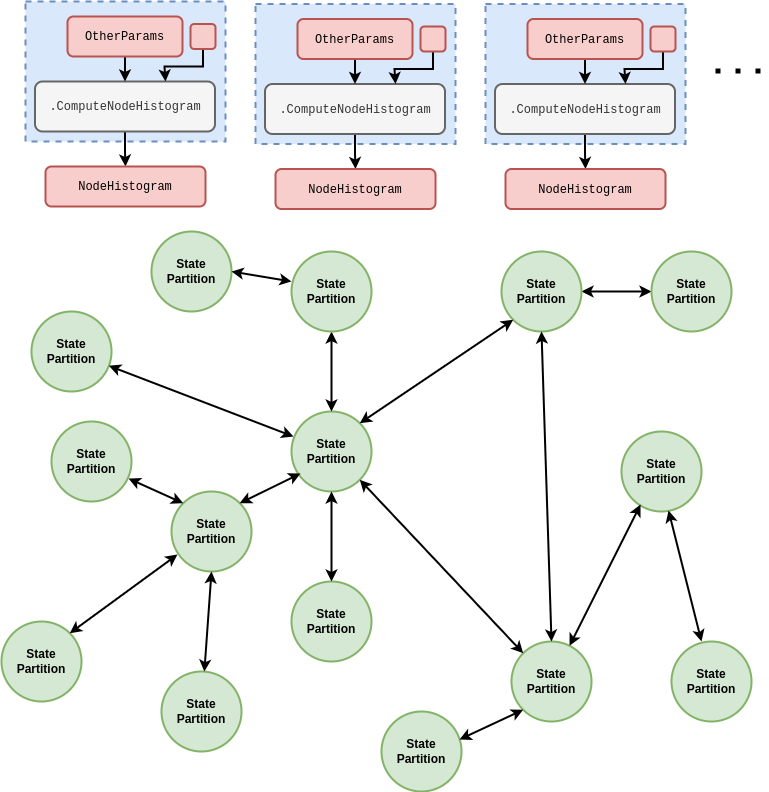
umbralcalc/umbralcalc.github.io keeps this draw.io diagram as assets/dexetera/dexetera-network-state-partition-graph.drawio.png. Above is the earlier version. Source tidied: cells renumbered, new cells last; positions are measured from the earlier drawing's top-left corner, leaving out a move shared by most shapes.
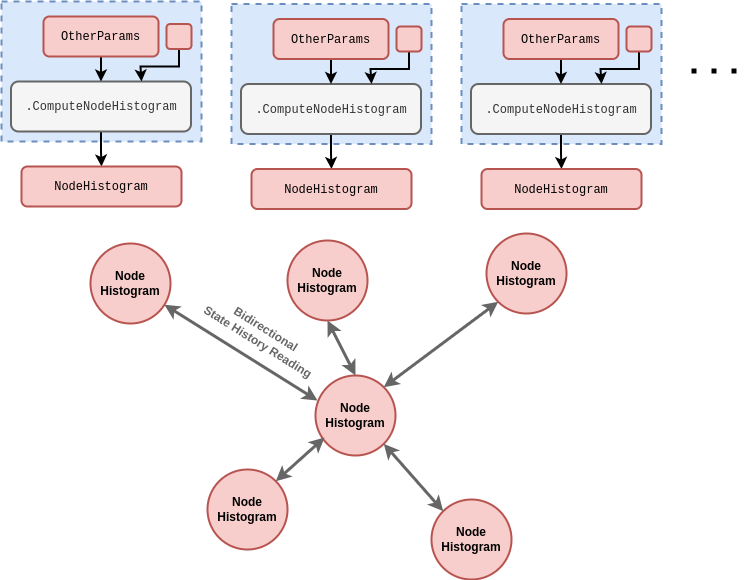
The same file after the commit.

Commit message:
Updated the graph computations

The edit, as a diff of the source:
```diff
@@ -2,106 +2,41 @@
   <root>
     <mxCell id="0" />
     <mxCell id="1" parent="0" />
-    <mxCell id="2" value="&lt;b style=&quot;&quot;&gt;&lt;font face=&quot;Helvetica&quot;&gt;State&lt;br&gt;Partition&lt;/font&gt;&lt;/b&gt;" style="ellipse;whiteSpace=wrap;html=1;fillColor=#d5e8d4;strokeColor=#82b366;strokeWidth=2;" parent="1" vertex="1">
-      <mxGeometry x="290" y="410" width="80" height="80" as="geometry" />
+    <mxCell id="2" value="&lt;b&gt;Node&lt;/b&gt;&lt;div&gt;&lt;b&gt;Histogram&lt;/b&gt;&lt;/div&gt;" style="ellipse;whiteSpace=wrap;html=1;fillColor=#f8cecc;strokeColor=#b85450;strokeWidth=2;" parent="1" vertex="1">
+      <mxGeometry x="338" y="374" width="80" height="80" as="geometry" />
     </mxCell>
-    <mxCell id="3" value="&lt;b style=&quot;&quot;&gt;&lt;font face=&quot;Helvetica&quot;&gt;State&lt;br&gt;Partition&lt;/font&gt;&lt;/b&gt;" style="ellipse;whiteSpace=wrap;html=1;fillColor=#d5e8d4;strokeColor=#82b366;strokeWidth=2;" parent="1" vertex="1">
-      <mxGeometry x="510" y="640" width="80" height="80" as="geometry" />
-    </mxCell>
-    <mxCell id="4" value="&lt;b style=&quot;&quot;&gt;&lt;font face=&quot;Helvetica&quot;&gt;State&lt;br&gt;Partition&lt;/font&gt;&lt;/b&gt;" style="ellipse;whiteSpace=wrap;html=1;fillColor=#d5e8d4;strokeColor=#82b366;strokeWidth=2;" parent="1" vertex="1">
-      <mxGeometry x="170" y="490" width="80" height="80" as="geometry" />
+    <mxCell id="4" value="&lt;b&gt;Node&lt;/b&gt;&lt;div&gt;&lt;b&gt;Histogram&lt;/b&gt;&lt;/div&gt;" style="ellipse;whiteSpace=wrap;html=1;fillColor=#f8cecc;strokeColor=#b85450;strokeWidth=2;" parent="1" vertex="1">
+      <mxGeometry x="230" y="468" width="80" height="80" as="geometry" />
     </mxCell>
-    <mxCell id="5" style="endArrow=classic;startArrow=classic;html=1;rounded=0;entryX=0;entryY=0;entryDx=0;entryDy=0;strokeWidth=2;exitX=1;exitY=1;exitDx=0;exitDy=0;" parent="1" edge="1" source="2" target="3">
-      <mxGeometry relative="1" as="geometry" />
-    </mxCell>
-    <mxCell id="6" style="endArrow=classic;startArrow=classic;html=1;rounded=0;entryX=0;entryY=0.5;entryDx=0;entryDy=0;strokeWidth=2;exitX=0.5;exitY=1;exitDx=0;exitDy=0;" parent="1" edge="1">
+    <mxCell id="6" style="endArrow=classic;startArrow=classic;html=1;rounded=0;entryX=0;entryY=0.5;entryDx=0;entryDy=0;strokeWidth=3;exitX=0.5;exitY=1;exitDx=0;exitDy=0;fillColor=#f5f5f5;strokeColor=#666666;" parent="1" edge="1" source="12">
       <mxGeometry relative="1" as="geometry">
-        <mxPoint x="330" y="330" as="sourcePoint" />
-        <mxPoint x="330" y="410" as="targetPoint" />
+        <mxPoint x="378" y="374" as="targetPoint" />
       </mxGeometry>
     </mxCell>
-    <mxCell id="7" value="&lt;b style=&quot;&quot;&gt;&lt;font face=&quot;Helvetica&quot;&gt;State&lt;br&gt;Partition&lt;/font&gt;&lt;/b&gt;" style="ellipse;whiteSpace=wrap;html=1;fillColor=#d5e8d4;strokeColor=#82b366;strokeWidth=2;" parent="1" vertex="1">
-      <mxGeometry x="290" y="580" width="80" height="80" as="geometry" />
+    <mxCell id="7" value="&lt;b&gt;Node&lt;/b&gt;&lt;div&gt;&lt;b&gt;Histogram&lt;/b&gt;&lt;/div&gt;" style="ellipse;whiteSpace=wrap;html=1;fillColor=#f8cecc;strokeColor=#b85450;strokeWidth=2;" parent="1" vertex="1">
+      <mxGeometry x="454" y="498" width="80" height="80" as="geometry" />
     </mxCell>
-    <mxCell id="8" style="endArrow=classic;startArrow=classic;html=1;rounded=0;entryX=0;entryY=0.5;entryDx=0;entryDy=0;strokeWidth=2;exitX=0.5;exitY=0;exitDx=0;exitDy=0;" parent="1" edge="1" source="7">
-      <mxGeometry relative="1" as="geometry">
-        <mxPoint x="330" y="490" as="targetPoint" />
-      </mxGeometry>
+    <mxCell id="8" style="endArrow=classic;startArrow=classic;html=1;rounded=0;entryX=1;entryY=1;entryDx=0;entryDy=0;strokeWidth=3;exitX=0;exitY=0;exitDx=0;exitDy=0;fillColor=#f5f5f5;strokeColor=#666666;" parent="1" edge="1" source="7" target="2">
+      <mxGeometry relative="1" as="geometry" />
     </mxCell>
-    <mxCell id="9" style="edgeStyle=orthogonalEdgeStyle;rounded=0;jettySize=auto;html=1;entryX=0;entryY=0.5;entryDx=0;entryDy=0;strokeWidth=2;startArrow=classic;startFill=1;" parent="1" edge="1" source="10" target="31">
-      <mxGeometry relative="1" as="geometry" />
-    </mxCell>
-    <mxCell id="10" value="&lt;b style=&quot;&quot;&gt;&lt;font face=&quot;Helvetica&quot;&gt;State&lt;br&gt;Partition&lt;/font&gt;&lt;/b&gt;" style="ellipse;whiteSpace=wrap;html=1;fillColor=#d5e8d4;strokeColor=#82b366;strokeWidth=2;" parent="1" vertex="1">
-      <mxGeometry x="500" y="250" width="80" height="80" as="geometry" />
+    <mxCell id="10" value="&lt;b&gt;Node&lt;/b&gt;&lt;div&gt;&lt;b&gt;Histogram&lt;/b&gt;&lt;/div&gt;" style="ellipse;whiteSpace=wrap;html=1;fillColor=#f8cecc;strokeColor=#b85450;strokeWidth=2;" parent="1" vertex="1">
+      <mxGeometry x="509" y="232" width="80" height="80" as="geometry" />
     </mxCell>
-    <mxCell id="11" value="&lt;b style=&quot;&quot;&gt;&lt;font face=&quot;Helvetica&quot;&gt;State&lt;br&gt;Partition&lt;/font&gt;&lt;/b&gt;" style="ellipse;whiteSpace=wrap;html=1;fillColor=#d5e8d4;strokeColor=#82b366;strokeWidth=2;" parent="1" vertex="1">
-      <mxGeometry x="30" y="310" width="80" height="80" as="geometry" />
+    <mxCell id="11" value="&lt;b&gt;Node&lt;/b&gt;&lt;div&gt;&lt;b&gt;Histogram&lt;/b&gt;&lt;/div&gt;" style="ellipse;whiteSpace=wrap;html=1;fillColor=#f8cecc;strokeColor=#b85450;strokeWidth=2;" parent="1" vertex="1">
+      <mxGeometry x="113" y="242" width="80" height="80" as="geometry" />
     </mxCell>
-    <mxCell id="12" value="&lt;b style=&quot;&quot;&gt;&lt;font face=&quot;Helvetica&quot;&gt;State&lt;br&gt;Partition&lt;/font&gt;&lt;/b&gt;" style="ellipse;whiteSpace=wrap;html=1;fillColor=#d5e8d4;strokeColor=#82b366;strokeWidth=2;" parent="1" vertex="1">
-      <mxGeometry x="290" y="250" width="80" height="80" as="geometry" />
+    <mxCell id="12" value="&lt;b&gt;Node&lt;/b&gt;&lt;div&gt;&lt;b&gt;Histogram&lt;/b&gt;&lt;/div&gt;" style="ellipse;whiteSpace=wrap;html=1;fillColor=#f8cecc;strokeColor=#b85450;strokeWidth=2;" parent="1" vertex="1">
+      <mxGeometry x="310" y="239" width="80" height="80" as="geometry" />
     </mxCell>
-    <mxCell id="13" style="endArrow=classic;startArrow=classic;html=1;rounded=0;entryX=1;entryY=0;entryDx=0;entryDy=0;strokeWidth=2;exitX=0;exitY=1;exitDx=0;exitDy=0;" parent="1" edge="1" source="10" target="2">
+    <mxCell id="13" style="endArrow=classic;startArrow=classic;html=1;rounded=0;entryX=1;entryY=0;entryDx=0;entryDy=0;strokeWidth=3;exitX=0;exitY=1;exitDx=0;exitDy=0;fillColor=#f5f5f5;strokeColor=#666666;" parent="1" edge="1" source="10" target="2">
       <mxGeometry relative="1" as="geometry" />
     </mxCell>
-    <mxCell id="14" style="endArrow=classic;startArrow=classic;html=1;rounded=0;entryX=0.025;entryY=0.313;entryDx=0;entryDy=0;strokeWidth=2;entryPerimeter=0;" parent="1" edge="1" source="11" target="2">
+    <mxCell id="14" style="endArrow=classic;startArrow=classic;html=1;rounded=0;entryX=0.025;entryY=0.313;entryDx=0;entryDy=0;strokeWidth=3;entryPerimeter=0;fillColor=#f5f5f5;strokeColor=#666666;" parent="1" edge="1" source="11" target="2">
       <mxGeometry relative="1" as="geometry" />
     </mxCell>
-    <mxCell id="15" value="&lt;b style=&quot;&quot;&gt;&lt;font face=&quot;Helvetica&quot;&gt;State&lt;br&gt;Partition&lt;/font&gt;&lt;/b&gt;" style="ellipse;whiteSpace=wrap;html=1;fillColor=#d5e8d4;strokeColor=#82b366;strokeWidth=2;" parent="1" vertex="1">
-      <mxGeometry x="150" y="230" width="80" height="80" as="geometry" />
-    </mxCell>
-    <mxCell id="16" style="endArrow=classic;startArrow=classic;html=1;rounded=0;entryX=1;entryY=0;entryDx=0;entryDy=0;strokeWidth=2;exitX=0.113;exitY=0.775;exitDx=0;exitDy=0;exitPerimeter=0;" parent="1" edge="1" source="2" target="4">
+    <mxCell id="16" style="endArrow=classic;startArrow=classic;html=1;rounded=0;entryX=1;entryY=0;entryDx=0;entryDy=0;strokeWidth=3;exitX=0.113;exitY=0.775;exitDx=0;exitDy=0;exitPerimeter=0;fillColor=#f5f5f5;strokeColor=#666666;" parent="1" edge="1" source="2" target="4">
       <mxGeometry relative="1" as="geometry" />
     </mxCell>
-    <mxCell id="17" value="&lt;b style=&quot;&quot;&gt;&lt;font face=&quot;Helvetica&quot;&gt;State&lt;br&gt;Partition&lt;/font&gt;&lt;/b&gt;" style="ellipse;whiteSpace=wrap;html=1;fillColor=#d5e8d4;strokeColor=#82b366;strokeWidth=2;" parent="1" vertex="1">
-      <mxGeometry x="160" y="670" width="80" height="80" as="geometry" />
-    </mxCell>
-    <mxCell id="18" value="&lt;b style=&quot;&quot;&gt;&lt;font face=&quot;Helvetica&quot;&gt;State&lt;br&gt;Partition&lt;/font&gt;&lt;/b&gt;" style="ellipse;whiteSpace=wrap;html=1;fillColor=#d5e8d4;strokeColor=#82b366;strokeWidth=2;" parent="1" vertex="1">
-      <mxGeometry x="50" y="420" width="80" height="80" as="geometry" />
-    </mxCell>
-    <mxCell id="19" style="endArrow=classic;startArrow=classic;html=1;rounded=0;entryX=0.963;entryY=0.713;entryDx=0;entryDy=0;strokeWidth=2;exitX=0;exitY=0;exitDx=0;exitDy=0;entryPerimeter=0;" parent="1" edge="1" source="4" target="18">
-      <mxGeometry relative="1" as="geometry" />
-    </mxCell>
-    <mxCell id="20" style="endArrow=classic;startArrow=classic;html=1;rounded=0;strokeWidth=2;exitX=0.5;exitY=1;exitDx=0;exitDy=0;" parent="1" edge="1" source="4" target="17">
-      <mxGeometry relative="1" as="geometry" />
-    </mxCell>
-    <mxCell id="21" style="endArrow=classic;startArrow=classic;html=1;rounded=0;entryX=0.963;entryY=0.713;entryDx=0;entryDy=0;strokeWidth=2;entryPerimeter=0;" parent="1" edge="1">
-      <mxGeometry relative="1" as="geometry">
-        <mxPoint x="290" y="280" as="sourcePoint" />
-        <mxPoint x="230" y="270" as="targetPoint" />
-      </mxGeometry>
-    </mxCell>
-    <mxCell id="22" style="endArrow=classic;startArrow=classic;html=1;rounded=0;entryX=0.5;entryY=0;entryDx=0;entryDy=0;strokeWidth=2;exitX=1;exitY=1;exitDx=0;exitDy=0;" parent="1" edge="1" target="3">
-      <mxGeometry relative="1" as="geometry">
-        <mxPoint x="540" y="330" as="sourcePoint" />
-      </mxGeometry>
-    </mxCell>
-    <mxCell id="23" value="&lt;b style=&quot;&quot;&gt;&lt;font face=&quot;Helvetica&quot;&gt;State&lt;br&gt;Partition&lt;/font&gt;&lt;/b&gt;" style="ellipse;whiteSpace=wrap;html=1;fillColor=#d5e8d4;strokeColor=#82b366;strokeWidth=2;" parent="1" vertex="1">
-      <mxGeometry x="620" y="430" width="80" height="80" as="geometry" />
-    </mxCell>
-    <mxCell id="24" style="endArrow=classic;startArrow=classic;html=1;rounded=0;entryX=0.238;entryY=0.913;entryDx=0;entryDy=0;strokeWidth=2;entryPerimeter=0;" parent="1" edge="1" source="3" target="23">
-      <mxGeometry relative="1" as="geometry" />
-    </mxCell>
-    <mxCell id="25" value="&lt;b style=&quot;&quot;&gt;&lt;font face=&quot;Helvetica&quot;&gt;State&lt;br&gt;Partition&lt;/font&gt;&lt;/b&gt;" style="ellipse;whiteSpace=wrap;html=1;fillColor=#d5e8d4;strokeColor=#82b366;strokeWidth=2;" parent="1" vertex="1">
-      <mxGeometry x="380" y="710" width="80" height="80" as="geometry" />
-    </mxCell>
-    <mxCell id="26" style="endArrow=classic;startArrow=classic;html=1;rounded=0;entryX=0;entryY=1;entryDx=0;entryDy=0;strokeWidth=2;exitX=0.975;exitY=0.35;exitDx=0;exitDy=0;exitPerimeter=0;" parent="1" edge="1" source="25" target="3">
-      <mxGeometry relative="1" as="geometry" />
-    </mxCell>
-    <mxCell id="27" value="&lt;b style=&quot;&quot;&gt;&lt;font face=&quot;Helvetica&quot;&gt;State&lt;br&gt;Partition&lt;/font&gt;&lt;/b&gt;" style="ellipse;whiteSpace=wrap;html=1;fillColor=#d5e8d4;strokeColor=#82b366;strokeWidth=2;" parent="1" vertex="1">
-      <mxGeometry y="620" width="80" height="80" as="geometry" />
-    </mxCell>
-    <mxCell id="28" style="endArrow=classic;startArrow=classic;html=1;rounded=0;strokeWidth=2;exitX=0.075;exitY=0.788;exitDx=0;exitDy=0;entryX=1;entryY=0;entryDx=0;entryDy=0;exitPerimeter=0;" parent="1" edge="1" source="4" target="27">
-      <mxGeometry relative="1" as="geometry" />
-    </mxCell>
-    <mxCell id="29" value="&lt;b style=&quot;&quot;&gt;&lt;font face=&quot;Helvetica&quot;&gt;State&lt;br&gt;Partition&lt;/font&gt;&lt;/b&gt;" style="ellipse;whiteSpace=wrap;html=1;fillColor=#d5e8d4;strokeColor=#82b366;strokeWidth=2;" parent="1" vertex="1">
-      <mxGeometry x="670" y="640" width="80" height="80" as="geometry" />
-    </mxCell>
-    <mxCell id="30" style="endArrow=classic;startArrow=classic;html=1;rounded=0;entryX=0.588;entryY=0.988;entryDx=0;entryDy=0;strokeWidth=2;entryPerimeter=0;exitX=0.375;exitY=0;exitDx=0;exitDy=0;exitPerimeter=0;" parent="1" edge="1" source="29" target="23">
-      <mxGeometry relative="1" as="geometry" />
-    </mxCell>
-    <mxCell id="31" value="&lt;b style=&quot;&quot;&gt;&lt;font face=&quot;Helvetica&quot;&gt;State&lt;br&gt;Partition&lt;/font&gt;&lt;/b&gt;" style="ellipse;whiteSpace=wrap;html=1;fillColor=#d5e8d4;strokeColor=#82b366;strokeWidth=2;" parent="1" vertex="1">
-      <mxGeometry x="650" y="250" width="80" height="80" as="geometry" />
-    </mxCell>
     <mxCell id="32" style="rounded=0;whiteSpace=wrap;html=1;dashed=1;strokeWidth=2;fillColor=#dae8fc;strokeColor=#6c8ebf;" parent="1" vertex="1">
       <mxGeometry x="24" width="200" height="140" as="geometry" />
     </mxCell>
@@ -201,5 +136,8 @@
         <mxPoint x="764" y="69.5" as="targetPoint" />
       </mxGeometry>
     </mxCell>
+    <mxCell id="57" value="&lt;div&gt;&lt;b style=&quot;background-color: initial;&quot;&gt;&lt;font color=&quot;#666666&quot;&gt;Bidirectional&lt;/font&gt;&lt;/b&gt;&lt;br&gt;&lt;/div&gt;&lt;div&gt;&lt;b&gt;&lt;font color=&quot;#666666&quot;&gt;State History&amp;nbsp;&lt;/font&gt;&lt;/b&gt;&lt;b style=&quot;background-color: initial;&quot;&gt;&lt;font color=&quot;#666666&quot;&gt;Reading&lt;/font&gt;&lt;/b&gt;&lt;/div&gt;" style="text;html=1;align=center;verticalAlign=middle;whiteSpace=wrap;rounded=0;rotation=32;" parent="1" vertex="1">
+      <mxGeometry x="200" y="319" width="169.5" height="30" as="geometry" />
+    </mxCell>
   </root>
 </mxGraphModel>
```
